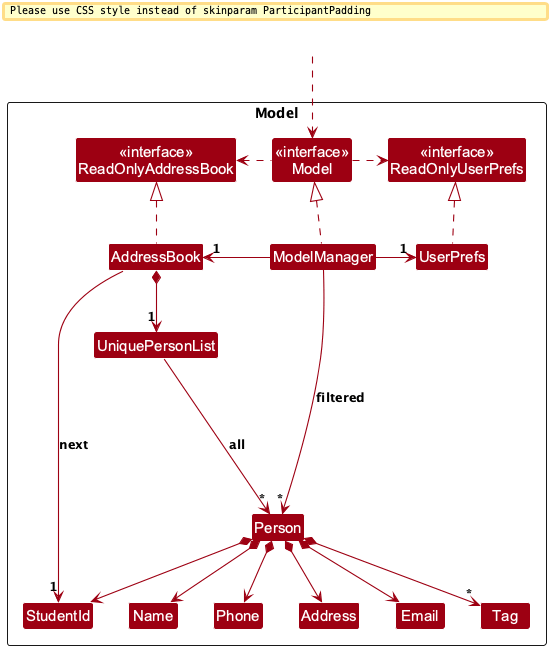
The PlantUML diagram docs/images/ModelClassDiagram.png in AY2627S1-CS2103T-T09-1/tp, before a commit. Its diagram source:
```plantuml
@startuml
!include style.puml
skinparam arrowThickness 1.1
skinparam arrowColor MODEL_COLOR
skinparam classBackgroundColor MODEL_COLOR

Package Model as ModelPackage <<Rectangle>>{
Class "<<interface>>\nReadOnlyAddressBook" as ReadOnlyAddressBook
Class "<<interface>>\nReadOnlyUserPrefs" as ReadOnlyUserPrefs
Class "<<interface>>\nModel" as Model
Class AddressBook
Class ModelManager
Class UserPrefs

Class UniquePersonList
Class Person
Class Address
Class Email
Class Name
Class Phone
Class StudentId
Class Tag

Class I #FFFFFF
}

Class HiddenOutside #FFFFFF
HiddenOutside ..> Model

AddressBook .up.|> ReadOnlyAddressBook

ModelManager .up.|> Model
Model .right.> ReadOnlyUserPrefs
Model .left.> ReadOnlyAddressBook
ModelManager -left-> "1" AddressBook
ModelManager -right-> "1" UserPrefs
UserPrefs .up.|> ReadOnlyUserPrefs

AddressBook *--> "1" UniquePersonList
AddressBook --> "1" StudentId : next
UniquePersonList --> "~*" Person : all
Person *--> StudentId
Person *--> Name
Person *--> Phone
Person *--> Email
Person *--> Address
Person *--> "*" Tag

Person -[hidden]up--> I
UniquePersonList -[hidden]right-> I

Name -[hidden]right-> Phone
Phone -[hidden]right-> Address
Address -[hidden]right-> Email

ModelManager --> "~*" Person : filtered
@enduml
```
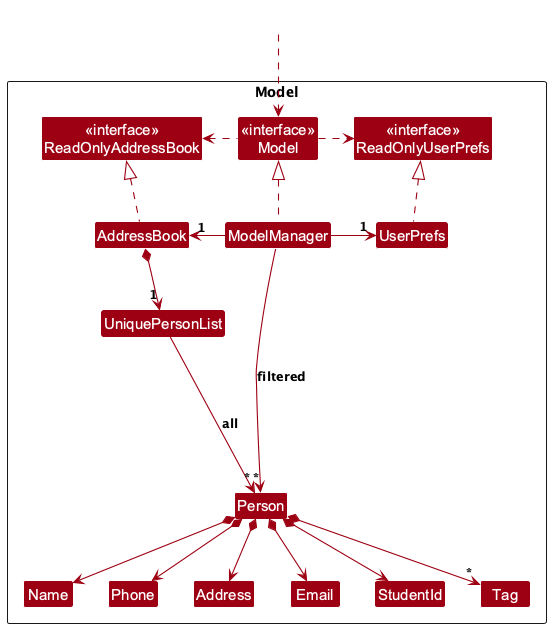
After the change.

Commit message:
Remove next SID link from model diagram in DG

Diff of the diagram source:
```diff
@@ -37,7 +37,6 @@
 UserPrefs .up.|> ReadOnlyUserPrefs
 
 AddressBook *--> "1" UniquePersonList
-AddressBook --> "1" StudentId : next
 UniquePersonList --> "~*" Person : all
 Person *--> StudentId
 Person *--> Name
```
